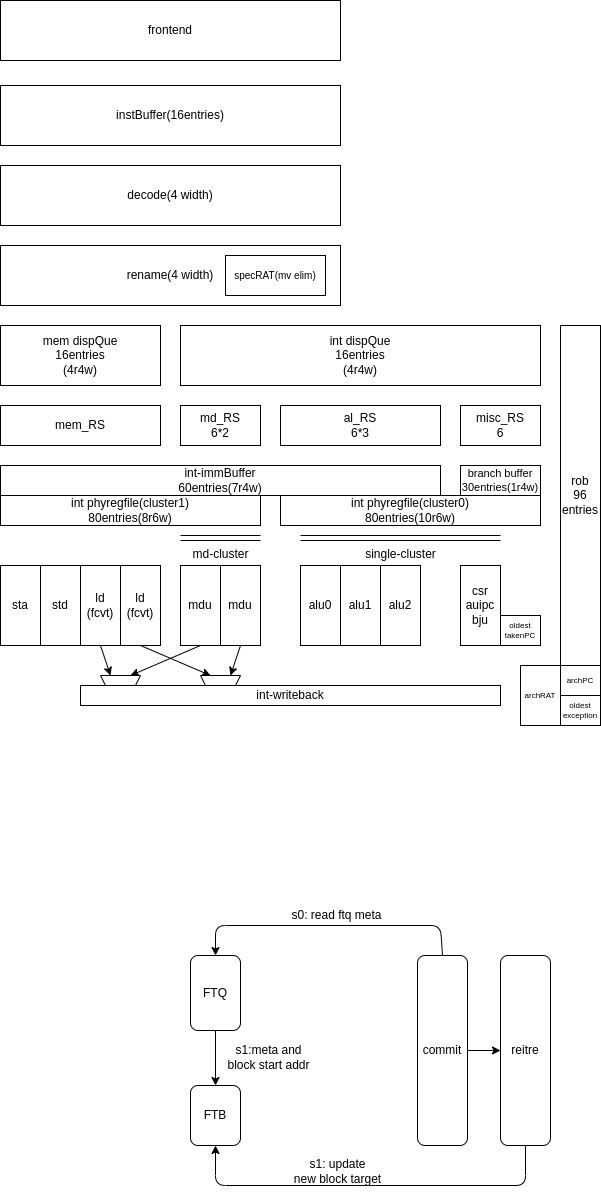
Before: doc/aura-arch-backend.drawio.png, a diagram exported from draw.io (tastynoob/aura-core). Source tidied: cells renumbered, new cells last; positions are measured from the earlier drawing's top-left corner, leaving out a move shared by most shapes.
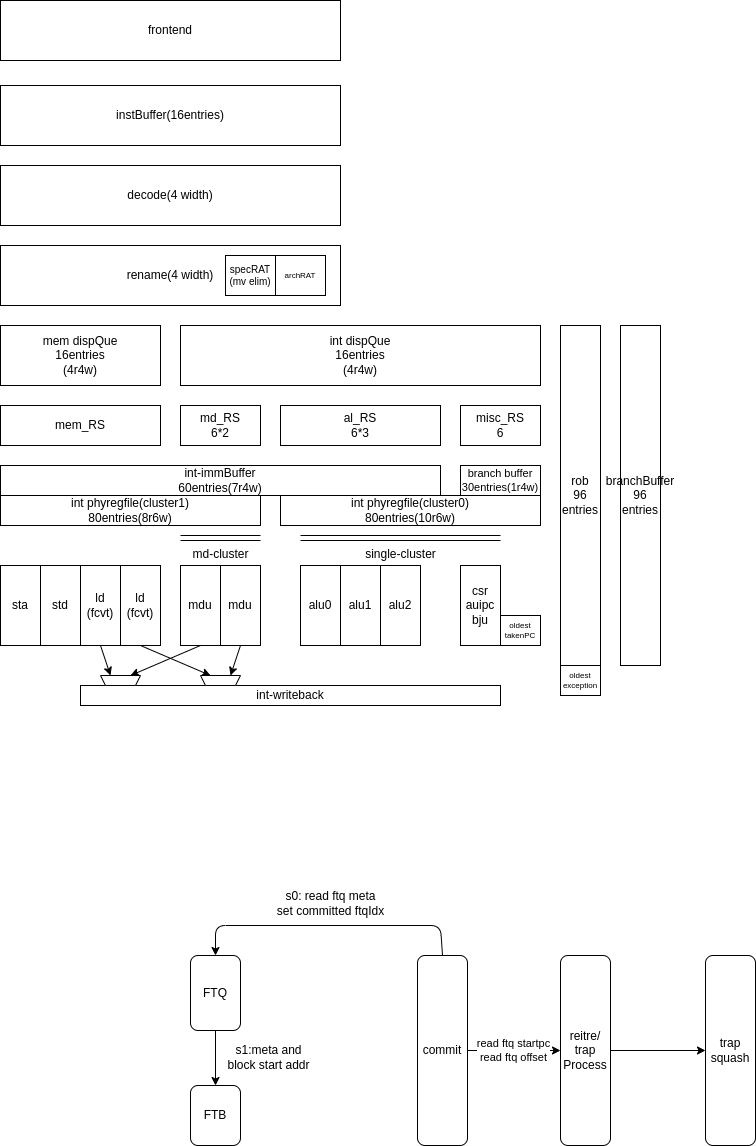
After the change.

Diff of the diagram source:
```diff
@@ -71,23 +71,20 @@
     <mxCell id="24" value="rename(4 width)" style="rounded=0;whiteSpace=wrap;html=1;align=center;verticalAlign=middle;" parent="23" vertex="1">
       <mxGeometry width="340" height="60" as="geometry" />
     </mxCell>
-    <mxCell id="25" value="specRAT(mv elim)" style="rounded=0;whiteSpace=wrap;html=1;align=center;verticalAlign=middle;fontSize=10;" parent="23" vertex="1">
-      <mxGeometry x="225" y="10" width="100" height="40" as="geometry" />
+    <mxCell id="25" value="specRAT&lt;br&gt;(mv elim)" style="rounded=0;whiteSpace=wrap;html=1;align=center;verticalAlign=middle;fontSize=10;" parent="23" vertex="1">
+      <mxGeometry x="225" y="10" width="50" height="40" as="geometry" />
     </mxCell>
+    <mxCell id="29" value="archRAT" style="rounded=0;whiteSpace=wrap;html=1;fontSize=8;" parent="23" vertex="1">
+      <mxGeometry x="275" y="10" width="50" height="40" as="geometry" />
+    </mxCell>
     <mxCell id="26" value="rob&lt;br&gt;96&lt;br&gt;entries" style="rounded=0;whiteSpace=wrap;html=1;align=center;verticalAlign=middle;" parent="1" vertex="1">
       <mxGeometry x="560" y="325" width="40" height="340" as="geometry" />
     </mxCell>
     <mxCell id="27" value="oldest&lt;br&gt;takenPC" style="rounded=0;whiteSpace=wrap;html=1;fontSize=8;" parent="1" vertex="1">
       <mxGeometry x="500" y="615" width="40" height="30" as="geometry" />
     </mxCell>
-    <mxCell id="28" value="archPC" style="rounded=0;whiteSpace=wrap;html=1;fontSize=8;" parent="1" vertex="1">
-      <mxGeometry x="560" y="665" width="40" height="30" as="geometry" />
-    </mxCell>
-    <mxCell id="29" value="archRAT" style="rounded=0;whiteSpace=wrap;html=1;fontSize=8;" parent="1" vertex="1">
-      <mxGeometry x="520" y="665" width="40" height="60" as="geometry" />
-    </mxCell>
     <mxCell id="30" value="oldest exception" style="rounded=0;whiteSpace=wrap;html=1;fontSize=8;" parent="1" vertex="1">
-      <mxGeometry x="560" y="695" width="40" height="30" as="geometry" />
+      <mxGeometry x="560" y="665" width="40" height="30" as="geometry" />
     </mxCell>
     <mxCell id="31" style="shape=trapezoid;perimeter=trapezoidPerimeter;whiteSpace=wrap;html=1;fixedSize=1;fontSize=10;rotation=-180;size=4.999999999999886;" parent="1" vertex="1">
       <mxGeometry x="100" y="675" width="40" height="10" as="geometry" />
@@ -136,23 +133,17 @@
         </Array>
       </mxGeometry>
     </mxCell>
-    <mxCell id="45" style="edgeStyle=none;html=1;" parent="1" edge="1" source="46" target="48">
+    <mxCell id="45" value="read ftq startpc&lt;br&gt;read ftq offset" style="edgeStyle=none;html=1;" parent="1" edge="1" source="46" target="48">
       <mxGeometry relative="1" as="geometry" />
     </mxCell>
     <mxCell id="46" value="commit" style="rounded=1;whiteSpace=wrap;html=1;" parent="1" vertex="1">
       <mxGeometry x="417" y="955" width="50" height="190" as="geometry" />
     </mxCell>
-    <mxCell id="47" style="edgeStyle=none;html=1;exitX=0.5;exitY=1;exitDx=0;exitDy=0;entryX=0.5;entryY=1;entryDx=0;entryDy=0;" parent="1" edge="1" source="48" target="52">
-      <mxGeometry relative="1" as="geometry">
-        <Array as="points">
-          <mxPoint x="525" y="1185" />
-          <mxPoint x="365" y="1185" />
-          <mxPoint x="215" y="1185" />
-        </Array>
-      </mxGeometry>
-    </mxCell>
+    <mxCell id="55" style="edgeStyle=none;html=1;" parent="1" edge="1" source="48" target="57">
+      <mxGeometry relative="1" as="geometry" />
+    </mxCell>
-    <mxCell id="48" value="reitre" style="rounded=1;whiteSpace=wrap;html=1;" parent="1" vertex="1">
-      <mxGeometry x="500" y="955" width="50" height="190" as="geometry" />
+    <mxCell id="48" value="reitre/&lt;br&gt;trap Process" style="rounded=1;whiteSpace=wrap;html=1;" parent="1" vertex="1">
+      <mxGeometry x="560" y="955" width="50" height="190" as="geometry" />
     </mxCell>
     <mxCell id="49" style="edgeStyle=none;html=1;exitX=0.5;exitY=1;exitDx=0;exitDy=0;entryX=0.5;entryY=0;entryDx=0;entryDy=0;" parent="1" edge="1" source="50" target="52">
       <mxGeometry relative="1" as="geometry" />
@@ -160,8 +151,8 @@
     <mxCell id="50" value="FTQ" style="rounded=1;whiteSpace=wrap;html=1;" parent="1" vertex="1">
       <mxGeometry x="190" y="955" width="50" height="75" as="geometry" />
     </mxCell>
-    <mxCell id="51" value="s0: read ftq meta" style="text;html=1;align=center;verticalAlign=middle;strokeColor=none;fillColor=none;" parent="1" vertex="1">
-      <mxGeometry x="281" y="900" width="110" height="30" as="geometry" />
+    <mxCell id="51" value="s0: read ftq meta&lt;br&gt;set committed ftqIdx" style="text;html=1;align=center;verticalAlign=middle;strokeColor=none;fillColor=none;" parent="1" vertex="1">
+      <mxGeometry x="265" y="880" width="130" height="45" as="geometry" />
     </mxCell>
     <mxCell id="52" value="FTB" style="rounded=1;whiteSpace=wrap;html=1;" parent="1" vertex="1">
       <mxGeometry x="190" y="1085" width="50" height="60" as="geometry" />
@@ -169,8 +160,11 @@
     <mxCell id="53" value="s1:meta and&lt;br&gt;block start addr" style="text;html=1;align=center;verticalAlign=middle;strokeColor=none;fillColor=none;" parent="1" vertex="1">
       <mxGeometry x="215" y="1034" width="105" height="45" as="geometry" />
     </mxCell>
-    <mxCell id="54" value="s1: update&lt;br&gt;new block target" style="text;html=1;align=center;verticalAlign=middle;strokeColor=none;fillColor=none;" parent="1" vertex="1">
-      <mxGeometry x="281.5" y="1148" width="110" height="45" as="geometry" />
-    </mxCell>
+    <mxCell id="56" value="branchBuffer&lt;br&gt;96&lt;br&gt;entries" style="rounded=0;whiteSpace=wrap;html=1;align=center;verticalAlign=middle;" parent="1" vertex="1">
+      <mxGeometry x="620" y="325" width="40" height="340" as="geometry" />
+    </mxCell>
+    <mxCell id="57" value="trap&lt;br&gt;squash" style="rounded=1;whiteSpace=wrap;html=1;" parent="1" vertex="1">
+      <mxGeometry x="705" y="955" width="50" height="190" as="geometry" />
+    </mxCell>
   </root>
 </mxGraphModel>
```
